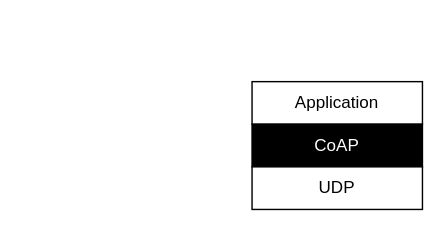
The draw.io diagram coap_layer.drawio in tetsukamen/drawing, before the edit. Source tidied: cells renumbered, new cells numbered last; positions are measured from the earlier drawing's top-left corner, leaving out a move shared by most shapes. Both pictures are drawn from the tidied source at 142%, with x=0, y=0 at pixel (251, 81).
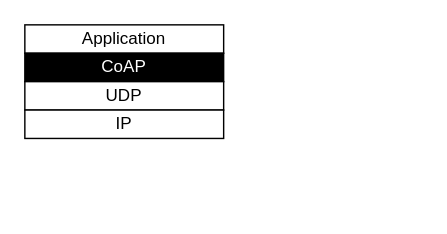
After the change.

What changed in the source:
```diff
@@
 <mxGraphModel>
   <root>
     <mxCell id="0" />
     <mxCell id="1" parent="0" />
+    <mxCell id="5" style="group;" parent="1" vertex="1">
+      <mxGeometry x="-160" y="-40" width="140" height="80" as="geometry" />
+    </mxCell>
-    <mxCell id="2" value="Application" style="rounded=0;whiteSpace=wrap;html=1;" parent="1" vertex="1">
-      <mxGeometry width="120" height="30" as="geometry" />
+    <mxCell id="2" value="Application" style="rounded=0;whiteSpace=wrap;html=1;" parent="5" vertex="1">
+      <mxGeometry width="140" height="20" as="geometry" />
     </mxCell>
-    <mxCell id="3" value="&lt;font color=&quot;#ffffff&quot;&gt;CoAP&lt;/font&gt;" style="rounded=0;whiteSpace=wrap;html=1;fillColor=#000000;" parent="1" vertex="1">
-      <mxGeometry y="30" width="120" height="30" as="geometry" />
+    <mxCell id="3" value="&lt;font color=&quot;#ffffff&quot;&gt;CoAP&lt;/font&gt;" style="rounded=0;whiteSpace=wrap;html=1;fillColor=#000000;" parent="5" vertex="1">
+      <mxGeometry y="20" width="140" height="20" as="geometry" />
     </mxCell>
-    <mxCell id="4" value="UDP" style="rounded=0;whiteSpace=wrap;html=1;" parent="1" vertex="1">
-      <mxGeometry y="60" width="120" height="30" as="geometry" />
+    <mxCell id="4" value="UDP" style="rounded=0;whiteSpace=wrap;html=1;" parent="5" vertex="1">
+      <mxGeometry y="40" width="140" height="20" as="geometry" />
     </mxCell>
+    <mxCell id="6" value="IP" style="rounded=0;whiteSpace=wrap;html=1;" parent="5" vertex="1">
+      <mxGeometry y="60" width="140" height="20" as="geometry" />
+    </mxCell>
   </root>
 </mxGraphModel>
```
